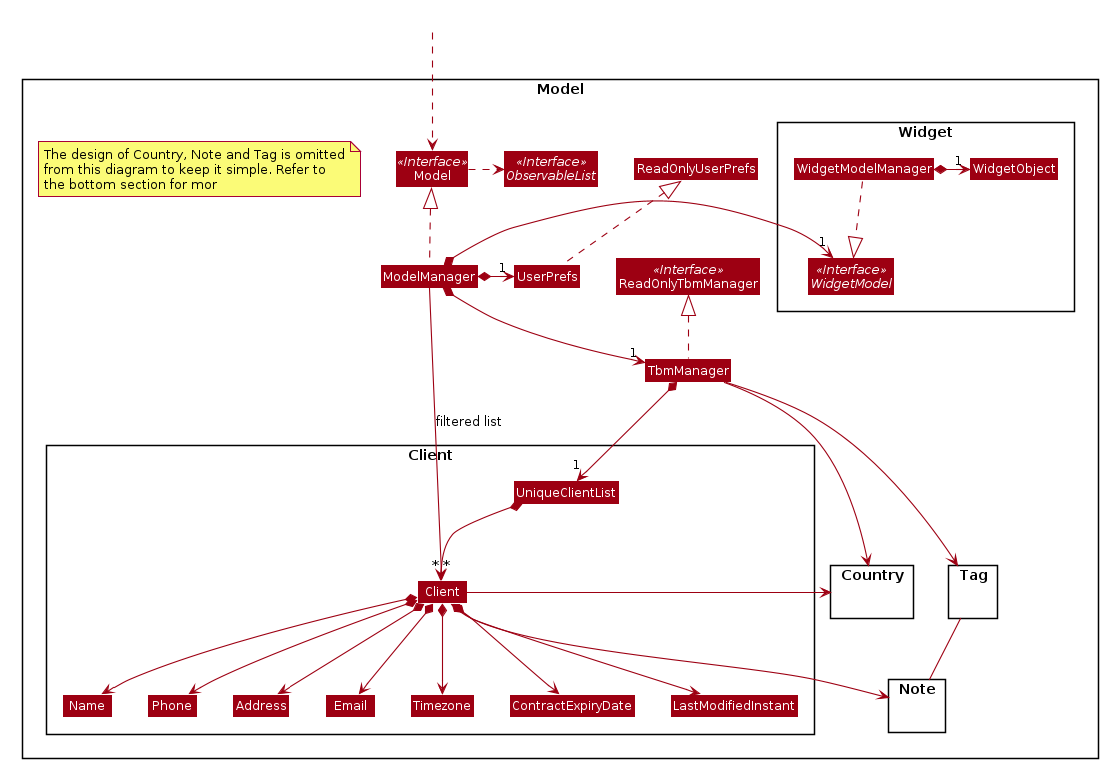
The PlantUML diagram docs/images/ModelClassDiagram.png in rtshkmr/tp, before a commit.
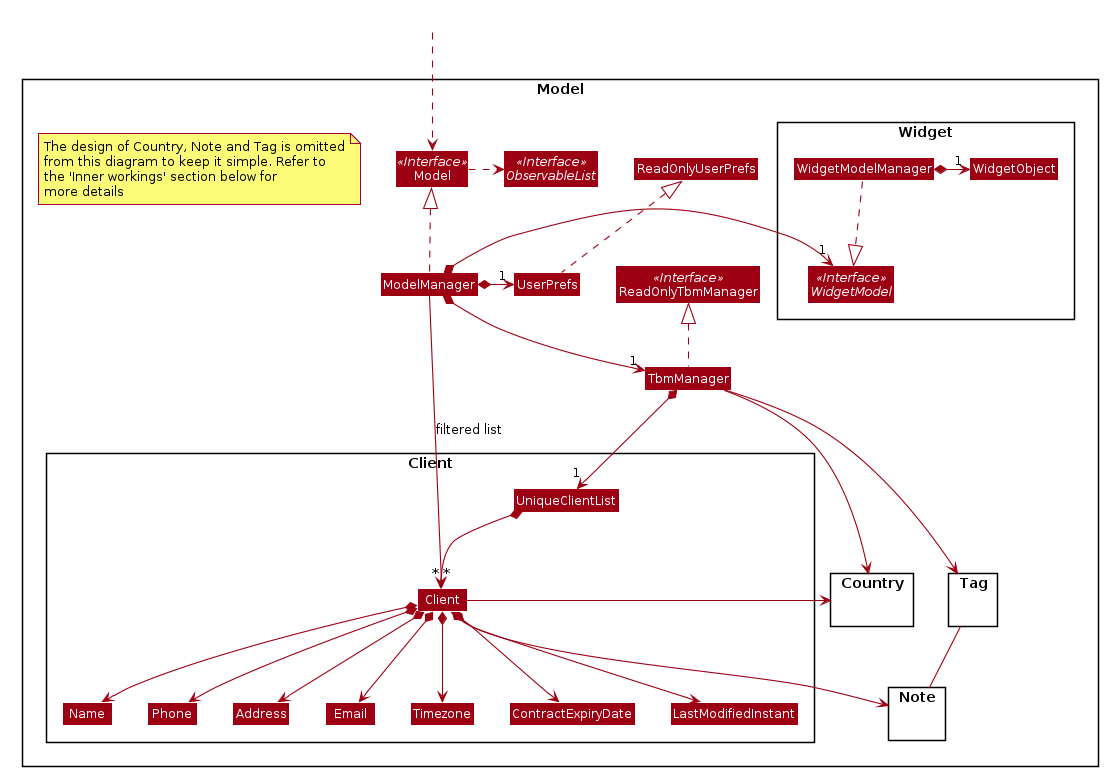
The same diagram one commit later.

Commit message:
Generate PNG images for PlantUML diagrams

Change to the diagram source:
```diff
@@ -69,7 +69,7 @@
 Class WidgetObject
 }
 
-note "The design of Country, Note and Tag is omitted\nfrom this diagram to keep it simple. Refer to\nthe bottom section for mor" as N1
+note "The design of Country, Note and Tag is omitted\nfrom this diagram to keep it simple. Refer to\nthe 'Inner workings' section below for\nmore details" as N1
 
 Package Client {
 Class Client
```
